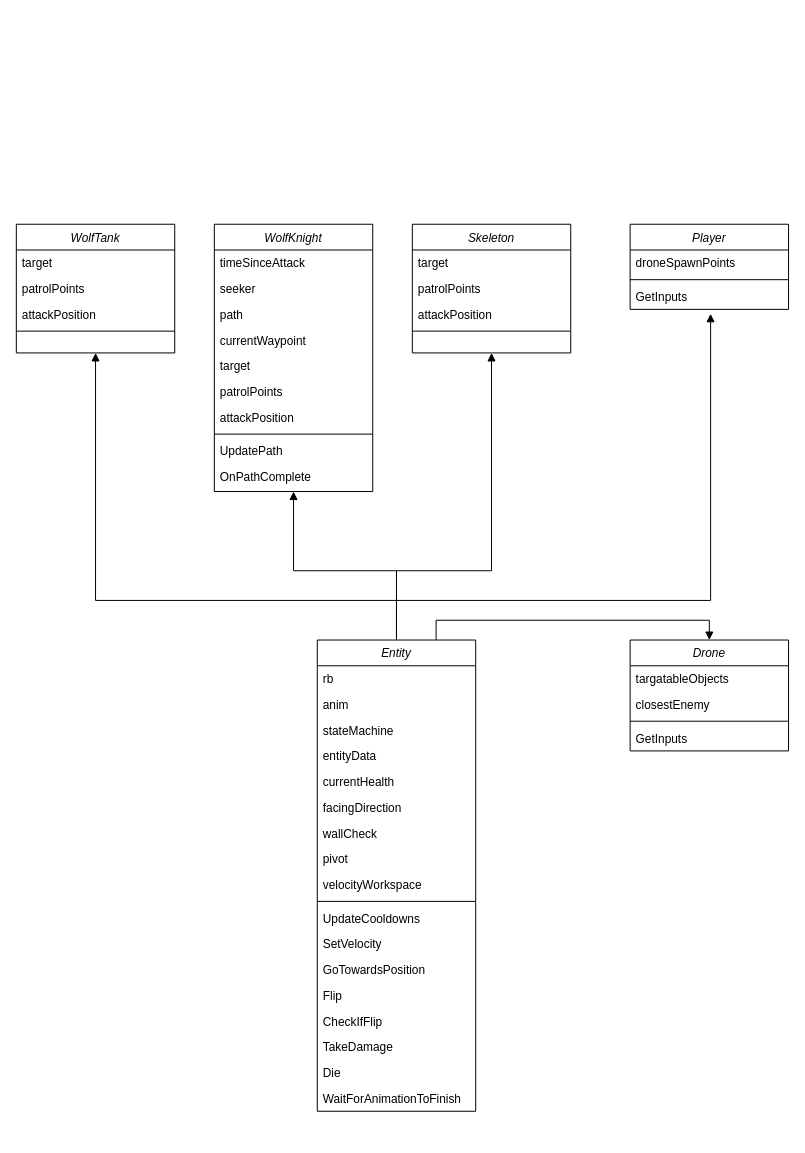
The draw.io diagram Powerless-ImportantFiles/Schemes/Entities.drawio in Tomas-Simoes/AspectOfLight-Repository, before the edit. Source tidied: cells renumbered, new cells numbered last; positions are measured from the earlier drawing's top-left corner, leaving out a move shared by most shapes. Both pictures are drawn from the tidied source at 99%, with x=0, y=0 at pixel (16, 224).
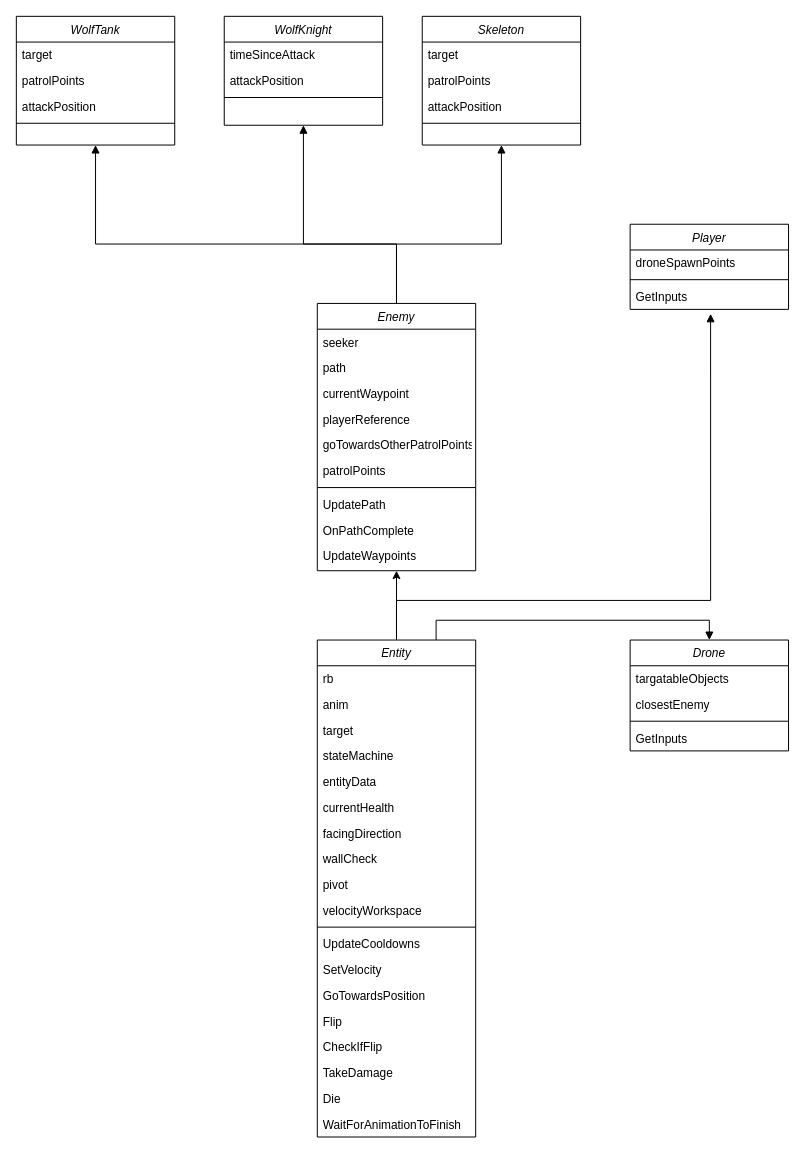
The same diagram, later.

Diff of the diagram source:
```diff
@@
+    <mxCell id="56" style="edgeStyle=orthogonalEdgeStyle;rounded=0;jettySize=auto;html=1;exitX=0.5;exitY=0;exitDx=0;exitDy=0;entryX=0.5;entryY=1;entryDx=0;entryDy=0;" parent="1" edge="1" source="4" target="57">
+      <mxGeometry relative="1" as="geometry" />
+    </mxCell>
     <mxCell id="4" value="Entity&#10;" style="swimlane;fontStyle=2;align=center;verticalAlign=top;horizontal=1;startSize=26;rounded=0;shadow=0;strokeWidth=1;" parent="1" vertex="1">
-      <mxGeometry x="304" y="420" width="160" height="476" as="geometry" />
+      <mxGeometry x="304" y="420" width="160" height="502" as="geometry" />
     </mxCell>
@@
+    <mxCell id="35" value="target" style="text;align=left;verticalAlign=top;spacingLeft=4;spacingRight=4;overflow=hidden;rounded=0;shadow=0;html=0;" parent="4" vertex="1">
+      <mxGeometry y="78" width="160" height="26" as="geometry" />
+    </mxCell>
     <mxCell id="7" value="stateMachine&#10;" style="text;align=left;verticalAlign=top;spacingLeft=4;spacingRight=4;overflow=hidden;" parent="4" vertex="1">
-      <mxGeometry y="78" width="160" height="26" as="geometry" />
+      <mxGeometry y="104" width="160" height="26" as="geometry" />
     </mxCell>
     <mxCell id="8" value="entityData&#10;" style="text;align=left;verticalAlign=top;spacingLeft=4;spacingRight=4;overflow=hidden;rounded=0;shadow=0;html=0;" parent="4" vertex="1">
-      <mxGeometry y="104" width="160" height="26" as="geometry" />
+      <mxGeometry y="130" width="160" height="26" as="geometry" />
     </mxCell>
     <mxCell id="9" value="currentHealth&#10;" style="text;align=left;verticalAlign=top;spacingLeft=4;spacingRight=4;overflow=hidden;rounded=0;shadow=0;html=0;" parent="4" vertex="1">
-      <mxGeometry y="130" width="160" height="26" as="geometry" />
+      <mxGeometry y="156" width="160" height="26" as="geometry" />
     </mxCell>
     <mxCell id="10" value="facingDirection&#10;" style="text;align=left;verticalAlign=top;spacingLeft=4;spacingRight=4;overflow=hidden;rounded=0;shadow=0;html=0;" parent="4" vertex="1">
-      <mxGeometry y="156" width="160" height="26" as="geometry" />
+      <mxGeometry y="182" width="160" height="26" as="geometry" />
     </mxCell>
     <mxCell id="11" value="wallCheck&#10;" style="text;align=left;verticalAlign=top;spacingLeft=4;spacingRight=4;overflow=hidden;rounded=0;shadow=0;html=0;" parent="4" vertex="1">
-      <mxGeometry y="182" width="160" height="26" as="geometry" />
+      <mxGeometry y="208" width="160" height="26" as="geometry" />
     </mxCell>
     <mxCell id="12" value="pivot" style="text;align=left;verticalAlign=top;spacingLeft=4;spacingRight=4;overflow=hidden;rounded=0;shadow=0;html=0;" parent="4" vertex="1">
-      <mxGeometry y="208" width="160" height="26" as="geometry" />
+      <mxGeometry y="234" width="160" height="26" as="geometry" />
     </mxCell>
     <mxCell id="13" value="velocityWorkspace&#10;" style="text;align=left;verticalAlign=top;spacingLeft=4;spacingRight=4;overflow=hidden;rounded=0;shadow=0;html=0;" parent="4" vertex="1">
-      <mxGeometry y="234" width="160" height="26" as="geometry" />
+      <mxGeometry y="260" width="160" height="26" as="geometry" />
     </mxCell>
     <mxCell id="14" style="line;html=1;strokeWidth=1;align=left;verticalAlign=middle;spacingTop=-1;spacingLeft=3;spacingRight=3;labelPosition=right;" parent="4" vertex="1">
-      <mxGeometry y="260" width="160" height="8" as="geometry" />
+      <mxGeometry y="286" width="160" height="8" as="geometry" />
     </mxCell>
     <mxCell id="15" value="UpdateCooldowns" style="text;align=left;verticalAlign=top;spacingLeft=4;spacingRight=4;overflow=hidden;rounded=0;shadow=0;html=0;" parent="4" vertex="1">
-      <mxGeometry y="268" width="160" height="26" as="geometry" />
+      <mxGeometry y="294" width="160" height="26" as="geometry" />
     </mxCell>
     <mxCell id="16" value="SetVelocity" style="text;align=left;verticalAlign=top;spacingLeft=4;spacingRight=4;overflow=hidden;" parent="4" vertex="1">
-      <mxGeometry y="294" width="160" height="26" as="geometry" />
+      <mxGeometry y="320" width="160" height="26" as="geometry" />
     </mxCell>
     <mxCell id="17" value="GoTowardsPosition" style="text;align=left;verticalAlign=top;spacingLeft=4;spacingRight=4;overflow=hidden;rounded=0;shadow=0;html=0;" parent="4" vertex="1">
-      <mxGeometry y="320" width="160" height="26" as="geometry" />
+      <mxGeometry y="346" width="160" height="26" as="geometry" />
     </mxCell>
     <mxCell id="18" value="Flip" style="text;align=left;verticalAlign=top;spacingLeft=4;spacingRight=4;overflow=hidden;" parent="4" vertex="1">
-      <mxGeometry y="346" width="160" height="26" as="geometry" />
+      <mxGeometry y="372" width="160" height="26" as="geometry" />
     </mxCell>
     <mxCell id="19" value="CheckIfFlip" style="text;align=left;verticalAlign=top;spacingLeft=4;spacingRight=4;overflow=hidden;rounded=0;shadow=0;html=0;" parent="4" vertex="1">
-      <mxGeometry y="372" width="160" height="26" as="geometry" />
+      <mxGeometry y="398" width="160" height="26" as="geometry" />
     </mxCell>
     <mxCell id="20" value="TakeDamage" style="text;align=left;verticalAlign=top;spacingLeft=4;spacingRight=4;overflow=hidden;rounded=0;shadow=0;html=0;" parent="4" vertex="1">
-      <mxGeometry y="398" width="160" height="26" as="geometry" />
+      <mxGeometry y="424" width="160" height="26" as="geometry" />
     </mxCell>
     <mxCell id="21" value="Die" style="text;align=left;verticalAlign=top;spacingLeft=4;spacingRight=4;overflow=hidden;rounded=0;shadow=0;html=0;" parent="4" vertex="1">
-      <mxGeometry y="424" width="160" height="26" as="geometry" />
+      <mxGeometry y="450" width="160" height="26" as="geometry" />
     </mxCell>
     <mxCell id="22" value="WaitForAnimationToFinish" style="text;align=left;verticalAlign=top;spacingLeft=4;spacingRight=4;overflow=hidden;rounded=0;shadow=0;html=0;" parent="4" vertex="1">
-      <mxGeometry y="450" width="160" height="26" as="geometry" />
+      <mxGeometry y="476" width="160" height="26" as="geometry" />
     </mxCell>
-    <mxCell id="23" style="edgeStyle=orthogonalEdgeStyle;rounded=0;jettySize=auto;html=1;exitX=0.5;exitY=1;exitDx=0;exitDy=0;entryX=0.5;entryY=0;entryDx=0;entryDy=0;startArrow=block;startFill=1;endArrow=none;endFill=0;" parent="1" edge="1" source="24" target="4">
+    <mxCell id="23" style="edgeStyle=orthogonalEdgeStyle;rounded=0;jettySize=auto;html=1;exitX=0.5;exitY=1;exitDx=0;exitDy=0;entryX=0.5;entryY=0;entryDx=0;entryDy=0;startArrow=block;startFill=1;endArrow=none;endFill=0;" parent="1" edge="1" source="24" target="57">
       <mxGeometry relative="1" as="geometry">
         <Array as="points">
-          <mxPoint x="80" y="380" />
-          <mxPoint x="384" y="380" />
+          <mxPoint x="80" y="20" />
+          <mxPoint x="384" y="20" />
         </Array>
       </mxGeometry>
     </mxCell>
     <mxCell id="24" value="WolfTank" style="swimlane;fontStyle=2;align=center;verticalAlign=top;horizontal=1;startSize=26;rounded=0;shadow=0;strokeWidth=1;" parent="1" vertex="1">
-      <mxGeometry width="160" height="130" as="geometry" />
+      <mxGeometry y="-210" width="160" height="130" as="geometry" />
     </mxCell>
@@
-    <mxCell id="29" style="edgeStyle=orthogonalEdgeStyle;rounded=0;jettySize=auto;html=1;exitX=0.5;exitY=1;exitDx=0;exitDy=0;entryX=0.5;entryY=0;entryDx=0;entryDy=0;startArrow=block;startFill=1;endArrow=none;endFill=0;" parent="1" edge="1" source="30" target="4">
+    <mxCell id="29" style="edgeStyle=orthogonalEdgeStyle;rounded=0;jettySize=auto;html=1;exitX=0.5;exitY=1;exitDx=0;exitDy=0;entryX=0.5;entryY=0;entryDx=0;entryDy=0;startArrow=block;startFill=1;endArrow=none;endFill=0;" parent="1" edge="1" source="30" target="57">
       <mxGeometry relative="1" as="geometry">
         <Array as="points">
-          <mxPoint x="280" y="350" />
-          <mxPoint x="384" y="350" />
+          <mxPoint x="290" y="20" />
+          <mxPoint x="384" y="20" />
         </Array>
       </mxGeometry>
     </mxCell>
     <mxCell id="30" value="WolfKnight" style="swimlane;fontStyle=2;align=center;verticalAlign=top;horizontal=1;startSize=26;rounded=0;shadow=0;strokeWidth=1;" parent="1" vertex="1">
-      <mxGeometry x="200" width="160" height="270" as="geometry" />
+      <mxGeometry x="210" y="-210" width="160" height="110" as="geometry" />
     </mxCell>
@@
-    <mxCell id="32" value="seeker" style="text;align=left;verticalAlign=top;spacingLeft=4;spacingRight=4;overflow=hidden;rounded=0;shadow=0;html=0;" parent="30" vertex="1">
-      <mxGeometry y="52" width="160" height="26" as="geometry" />
-    </mxCell>
-    <mxCell id="33" value="path" style="text;align=left;verticalAlign=top;spacingLeft=4;spacingRight=4;overflow=hidden;rounded=0;shadow=0;html=0;" parent="30" vertex="1">
-      <mxGeometry y="78" width="160" height="26" as="geometry" />
-    </mxCell>
-    <mxCell id="34" value="currentWaypoint" style="text;align=left;verticalAlign=top;spacingLeft=4;spacingRight=4;overflow=hidden;rounded=0;shadow=0;html=0;" parent="30" vertex="1">
-      <mxGeometry y="104" width="160" height="26" as="geometry" />
-    </mxCell>
-    <mxCell id="35" value="target" style="text;align=left;verticalAlign=top;spacingLeft=4;spacingRight=4;overflow=hidden;rounded=0;shadow=0;html=0;" parent="30" vertex="1">
-      <mxGeometry y="130" width="160" height="26" as="geometry" />
-    </mxCell>
-    <mxCell id="36" value="patrolPoints" style="text;align=left;verticalAlign=top;spacingLeft=4;spacingRight=4;overflow=hidden;rounded=0;shadow=0;html=0;" parent="30" vertex="1">
-      <mxGeometry y="156" width="160" height="26" as="geometry" />
-    </mxCell>
     <mxCell id="37" value="attackPosition" style="text;align=left;verticalAlign=top;spacingLeft=4;spacingRight=4;overflow=hidden;rounded=0;shadow=0;html=0;" parent="30" vertex="1">
-      <mxGeometry y="182" width="160" height="26" as="geometry" />
+      <mxGeometry y="52" width="160" height="26" as="geometry" />
     </mxCell>
     <mxCell id="38" style="line;html=1;strokeWidth=1;align=left;verticalAlign=middle;spacingTop=-1;spacingLeft=3;spacingRight=3;labelPosition=right;" parent="30" vertex="1">
-      <mxGeometry y="208" width="160" height="8" as="geometry" />
+      <mxGeometry y="78" width="160" height="8" as="geometry" />
     </mxCell>
-    <mxCell id="39" value="UpdatePath" style="text;align=left;verticalAlign=top;spacingLeft=4;spacingRight=4;overflow=hidden;rounded=0;shadow=0;html=0;" parent="30" vertex="1">
-      <mxGeometry y="216" width="160" height="26" as="geometry" />
-    </mxCell>
-    <mxCell id="40" value="OnPathComplete" style="text;align=left;verticalAlign=top;spacingLeft=4;spacingRight=4;overflow=hidden;rounded=0;shadow=0;html=0;" parent="30" vertex="1">
-      <mxGeometry y="242" width="160" height="26" as="geometry" />
-    </mxCell>
-    <mxCell id="41" style="edgeStyle=orthogonalEdgeStyle;rounded=0;jettySize=auto;html=1;exitX=0.5;exitY=1;exitDx=0;exitDy=0;entryX=0.5;entryY=0;entryDx=0;entryDy=0;startArrow=block;startFill=1;endArrow=none;endFill=0;" parent="1" edge="1" source="42" target="4">
+    <mxCell id="41" style="edgeStyle=orthogonalEdgeStyle;rounded=0;jettySize=auto;html=1;exitX=0.5;exitY=1;exitDx=0;exitDy=0;entryX=0.5;entryY=0;entryDx=0;entryDy=0;startArrow=block;startFill=1;endArrow=none;endFill=0;" parent="1" edge="1" source="42" target="57">
       <mxGeometry relative="1" as="geometry">
         <Array as="points">
-          <mxPoint x="480" y="350" />
-          <mxPoint x="384" y="350" />
+          <mxPoint x="490" y="20" />
+          <mxPoint x="384" y="20" />
         </Array>
       </mxGeometry>
     </mxCell>
     <mxCell id="42" value="Skeleton" style="swimlane;fontStyle=2;align=center;verticalAlign=top;horizontal=1;startSize=26;rounded=0;shadow=0;strokeWidth=1;" parent="1" vertex="1">
-      <mxGeometry x="400" width="160" height="130" as="geometry" />
+      <mxGeometry x="410" y="-210" width="160" height="130" as="geometry" />
     </mxCell>
@@
+    <mxCell id="57" value="Enemy" style="swimlane;fontStyle=2;align=center;verticalAlign=top;horizontal=1;startSize=26;rounded=0;shadow=0;strokeWidth=1;" parent="1" vertex="1">
+      <mxGeometry x="304" y="80" width="160" height="270" as="geometry" />
+    </mxCell>
+    <mxCell id="32" value="seeker" style="text;align=left;verticalAlign=top;spacingLeft=4;spacingRight=4;overflow=hidden;rounded=0;shadow=0;html=0;" parent="57" vertex="1">
+      <mxGeometry y="26" width="160" height="26" as="geometry" />
+    </mxCell>
+    <mxCell id="33" value="path" style="text;align=left;verticalAlign=top;spacingLeft=4;spacingRight=4;overflow=hidden;rounded=0;shadow=0;html=0;" parent="57" vertex="1">
+      <mxGeometry y="52" width="160" height="26" as="geometry" />
+    </mxCell>
+    <mxCell id="34" value="currentWaypoint" style="text;align=left;verticalAlign=top;spacingLeft=4;spacingRight=4;overflow=hidden;rounded=0;shadow=0;html=0;" parent="57" vertex="1">
+      <mxGeometry y="78" width="160" height="26" as="geometry" />
+    </mxCell>
+    <mxCell id="58" value="playerReference" style="text;align=left;verticalAlign=top;spacingLeft=4;spacingRight=4;overflow=hidden;rounded=0;shadow=0;html=0;" parent="57" vertex="1">
+      <mxGeometry y="104" width="160" height="26" as="geometry" />
+    </mxCell>
+    <mxCell id="59" value="goTowardsOtherPatrolPoints" style="text;align=left;verticalAlign=top;spacingLeft=4;spacingRight=4;overflow=hidden;rounded=0;shadow=0;html=0;" parent="57" vertex="1">
+      <mxGeometry y="130" width="160" height="26" as="geometry" />
+    </mxCell>
+    <mxCell id="36" value="patrolPoints" style="text;align=left;verticalAlign=top;spacingLeft=4;spacingRight=4;overflow=hidden;rounded=0;shadow=0;html=0;" parent="57" vertex="1">
+      <mxGeometry y="156" width="160" height="26" as="geometry" />
+    </mxCell>
+    <mxCell id="60" style="line;html=1;strokeWidth=1;align=left;verticalAlign=middle;spacingTop=-1;spacingLeft=3;spacingRight=3;labelPosition=right;" parent="57" vertex="1">
+      <mxGeometry y="182" width="160" height="8" as="geometry" />
+    </mxCell>
+    <mxCell id="39" value="UpdatePath" style="text;align=left;verticalAlign=top;spacingLeft=4;spacingRight=4;overflow=hidden;rounded=0;shadow=0;html=0;" parent="57" vertex="1">
+      <mxGeometry y="190" width="160" height="26" as="geometry" />
+    </mxCell>
+    <mxCell id="40" value="OnPathComplete" style="text;align=left;verticalAlign=top;spacingLeft=4;spacingRight=4;overflow=hidden;rounded=0;shadow=0;html=0;" parent="57" vertex="1">
+      <mxGeometry y="216" width="160" height="26" as="geometry" />
+    </mxCell>
+    <mxCell id="61" value="UpdateWaypoints" style="text;align=left;verticalAlign=top;spacingLeft=4;spacingRight=4;overflow=hidden;rounded=0;shadow=0;html=0;" parent="57" vertex="1">
+      <mxGeometry y="242" width="160" height="26" as="geometry" />
+    </mxCell>
```
